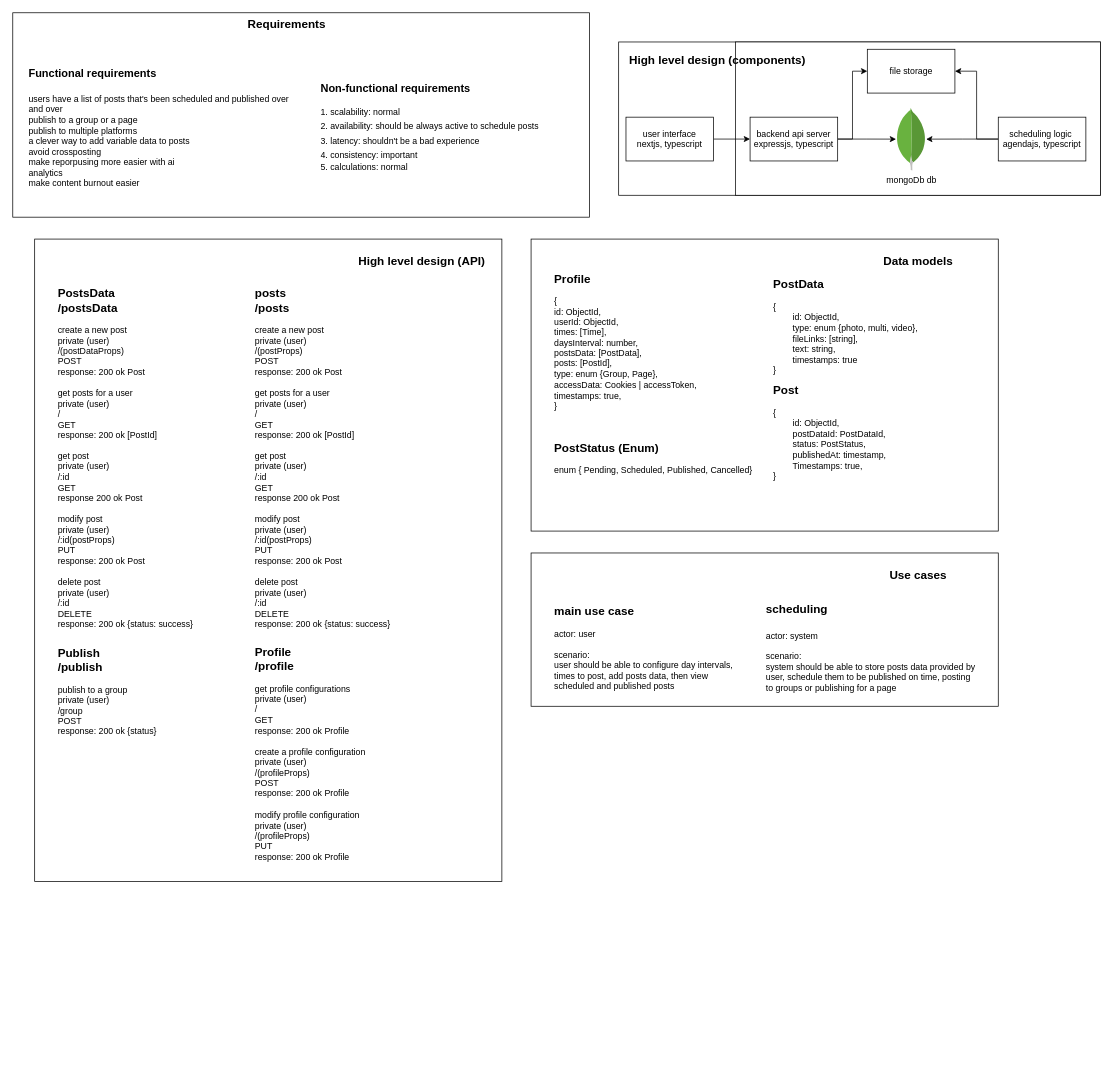
This is page "high-level" (1 of 3) of auto-post.drawio from ahmed-elbehairy7/pamylka-system-design, a draw.io file, before an edit. Source tidied: cells renumbered, new cells numbered last; positions are measured from the earlier drawing's top-left corner, leaving out a move shared by most shapes. Both pictures are drawn from the tidied source at 73%, with x=0, y=0 at pixel (12, 12).
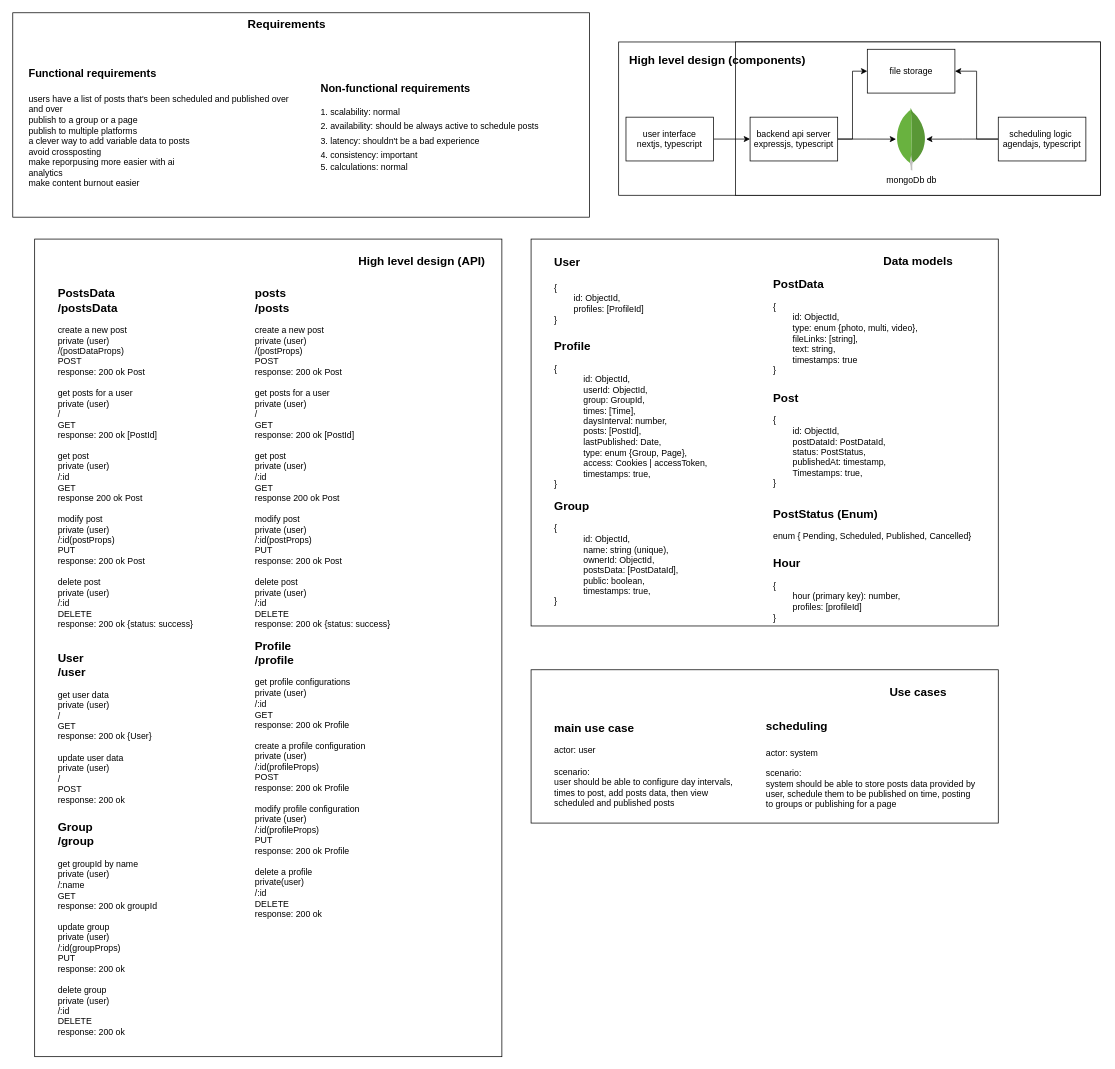
The same diagram, later.

What changed in the source:
```diff
@@
     <mxCell id="16" style="group;" parent="1" vertex="1">
-      <mxGeometry x="30" y="310" width="640" height="878" as="geometry" />
+      <mxGeometry x="30" y="310" width="640" height="1120" as="geometry" />
     </mxCell>
     <mxCell id="17" style="whiteSpace=wrap;html=1;fontSize=11;" parent="16" vertex="1">
-      <mxGeometry width="640" height="880" as="geometry" />
+      <mxGeometry width="640" height="1120" as="geometry" />
     </mxCell>
@@
-    <mxCell id="20" value="&lt;div&gt;&lt;span style=&quot;font-size: 16px;&quot;&gt;&lt;b&gt;Profile&lt;/b&gt;&lt;/span&gt;&lt;/div&gt;&lt;div&gt;&lt;b style=&quot;font-size: 16px; background-color: transparent; color: light-dark(rgb(0, 0, 0), rgb(255, 255, 255));&quot;&gt;/profile&lt;/b&gt;&lt;/div&gt;&lt;div&gt;&lt;br&gt;&lt;/div&gt;&lt;div&gt;get profile configurations&lt;/div&gt;&lt;div&gt;&lt;span style=&quot;background-color: transparent; color: light-dark(rgb(0, 0, 0), rgb(255, 255, 255));&quot;&gt;private (user)&lt;/span&gt;&lt;/div&gt;&lt;div&gt;/&lt;/div&gt;&lt;div&gt;GET&lt;/div&gt;&lt;div&gt;response: 200 ok Profile&lt;/div&gt;&lt;div&gt;&lt;br&gt;&lt;/div&gt;&lt;div&gt;create a profile configuration&lt;/div&gt;&lt;div&gt;private (user)&lt;/div&gt;&lt;div&gt;/(profileProps)&lt;/div&gt;&lt;div&gt;POST&lt;/div&gt;&lt;div&gt;response: 200 ok Profile&lt;/div&gt;&lt;div&gt;&lt;br&gt;&lt;/div&gt;&lt;div&gt;&lt;div&gt;modify profile configuration&lt;/div&gt;&lt;div&gt;private (user)&lt;/div&gt;&lt;div&gt;/(profileProps)&lt;/div&gt;&lt;div&gt;PUT&lt;/div&gt;&lt;div&gt;response: 200 ok Profile&lt;/div&gt;&lt;/div&gt;" style="text;html=1;align=left;verticalAlign=middle;strokeColor=none;fillColor=none;" parent="16" vertex="1">
-      <mxGeometry x="300" y="550" width="170" height="310" as="geometry" />
+    <mxCell id="20" value="&lt;div&gt;&lt;span style=&quot;font-size: 16px;&quot;&gt;&lt;b&gt;Profile&lt;/b&gt;&lt;/span&gt;&lt;/div&gt;&lt;div&gt;&lt;b style=&quot;font-size: 16px; background-color: transparent; color: light-dark(rgb(0, 0, 0), rgb(255, 255, 255));&quot;&gt;/profile&lt;/b&gt;&lt;/div&gt;&lt;div&gt;&lt;br&gt;&lt;/div&gt;&lt;div&gt;get profile configurations&lt;/div&gt;&lt;div&gt;&lt;span style=&quot;background-color: transparent; color: light-dark(rgb(0, 0, 0), rgb(255, 255, 255));&quot;&gt;private (user)&lt;/span&gt;&lt;/div&gt;&lt;div&gt;/:id&lt;/div&gt;&lt;div&gt;GET&lt;/div&gt;&lt;div&gt;response: 200 ok Profile&lt;/div&gt;&lt;div&gt;&lt;br&gt;&lt;/div&gt;&lt;div&gt;create a profile configuration&lt;/div&gt;&lt;div&gt;private (user)&lt;/div&gt;&lt;div&gt;/:id(profileProps)&lt;/div&gt;&lt;div&gt;POST&lt;/div&gt;&lt;div&gt;response: 200 ok Profile&lt;/div&gt;&lt;div&gt;&lt;br&gt;&lt;/div&gt;&lt;div&gt;&lt;div&gt;modify profile configuration&lt;/div&gt;&lt;div&gt;private (user)&lt;/div&gt;&lt;div&gt;/:id(profileProps)&lt;/div&gt;&lt;div&gt;PUT&lt;/div&gt;&lt;div&gt;response: 200 ok Profile&lt;/div&gt;&lt;div&gt;&lt;br&gt;&lt;/div&gt;&lt;div&gt;delete a profile&lt;/div&gt;&lt;div&gt;private(user)&lt;/div&gt;&lt;div&gt;/:id&lt;/div&gt;&lt;div&gt;DELETE&lt;/div&gt;&lt;div&gt;response: 200 ok&lt;/div&gt;&lt;/div&gt;" style="text;html=1;align=left;verticalAlign=middle;strokeColor=none;fillColor=none;" parent="16" vertex="1">
+      <mxGeometry x="300" y="540" width="170" height="400" as="geometry" />
     </mxCell>
-    <mxCell id="21" value="&lt;div&gt;&lt;b style=&quot;font-size: 16px; background-color: transparent; color: light-dark(rgb(0, 0, 0), rgb(255, 255, 255));&quot;&gt;Publish&lt;/b&gt;&lt;/div&gt;&lt;div&gt;&lt;b style=&quot;font-size: 16px; background-color: transparent; color: light-dark(rgb(0, 0, 0), rgb(255, 255, 255));&quot;&gt;/publish&lt;/b&gt;&lt;/div&gt;&lt;div&gt;&lt;br&gt;&lt;/div&gt;&lt;div&gt;&lt;span style=&quot;background-color: transparent; color: light-dark(rgb(0, 0, 0), rgb(255, 255, 255));&quot;&gt;publish to a group&lt;/span&gt;&lt;/div&gt;&lt;div&gt;&lt;span style=&quot;background-color: transparent; color: light-dark(rgb(0, 0, 0), rgb(255, 255, 255));&quot;&gt;private (user)&lt;/span&gt;&lt;/div&gt;&lt;div&gt;/group&lt;/div&gt;&lt;div&gt;POST&lt;/div&gt;&lt;div&gt;response: 200 ok {status}&lt;/div&gt;" style="text;html=1;align=left;verticalAlign=middle;strokeColor=none;fillColor=none;" parent="16" vertex="1">
-      <mxGeometry x="30" y="550" width="160" height="140" as="geometry" />
+    <mxCell id="21" value="&lt;div&gt;&lt;b style=&quot;background-color: transparent; color: light-dark(rgb(0, 0, 0), rgb(255, 255, 255)); font-size: 16px;&quot;&gt;User&lt;/b&gt;&lt;/div&gt;&lt;div&gt;&lt;b style=&quot;background-color: transparent; color: light-dark(rgb(0, 0, 0), rgb(255, 255, 255)); font-size: 16px;&quot;&gt;/user&lt;/b&gt;&lt;/div&gt;&lt;div&gt;&lt;br&gt;&lt;/div&gt;&lt;div&gt;get user data&lt;/div&gt;&lt;div&gt;&lt;span style=&quot;background-color: transparent; color: light-dark(rgb(0, 0, 0), rgb(255, 255, 255));&quot;&gt;private (user)&lt;/span&gt;&lt;/div&gt;&lt;div&gt;/&lt;/div&gt;&lt;div&gt;GET&lt;/div&gt;&lt;div&gt;response: 200 ok {User}&lt;/div&gt;&lt;div&gt;&lt;br&gt;&lt;/div&gt;&lt;div&gt;update user data&lt;/div&gt;&lt;div&gt;private (user)&lt;/div&gt;&lt;div&gt;/&lt;/div&gt;&lt;div&gt;POST&lt;/div&gt;&lt;div&gt;response: 200 ok&lt;/div&gt;" style="text;html=1;align=left;verticalAlign=middle;strokeColor=none;fillColor=none;" parent="16" vertex="1">
+      <mxGeometry x="30" y="560" width="150" height="220" as="geometry" />
     </mxCell>
@@
+    <mxCell id="40" value="&lt;div&gt;&lt;span style=&quot;font-size: 16px;&quot;&gt;&lt;b&gt;Group&lt;/b&gt;&lt;/span&gt;&lt;/div&gt;&lt;div&gt;&lt;b style=&quot;background-color: transparent; color: light-dark(rgb(0, 0, 0), rgb(255, 255, 255)); font-size: 16px;&quot;&gt;/group&lt;/b&gt;&lt;/div&gt;&lt;div&gt;&lt;br&gt;&lt;/div&gt;&lt;div&gt;&lt;span style=&quot;background-color: transparent; color: light-dark(rgb(0, 0, 0), rgb(255, 255, 255));&quot;&gt;get groupId by name&lt;/span&gt;&lt;/div&gt;&lt;div&gt;&lt;span style=&quot;background-color: transparent; color: light-dark(rgb(0, 0, 0), rgb(255, 255, 255));&quot;&gt;private (user)&lt;/span&gt;&lt;/div&gt;&lt;div&gt;/:name&lt;/div&gt;&lt;div&gt;GET&lt;/div&gt;&lt;div&gt;response: 200 ok groupId&lt;/div&gt;&lt;div&gt;&lt;br&gt;&lt;/div&gt;&lt;div&gt;update group&lt;/div&gt;&lt;div&gt;private (user)&lt;/div&gt;&lt;div&gt;/:id(groupProps)&lt;/div&gt;&lt;div&gt;PUT&lt;/div&gt;&lt;div&gt;response: 200 ok&lt;/div&gt;&lt;div&gt;&lt;br&gt;&lt;/div&gt;&lt;div&gt;delete group&lt;/div&gt;&lt;div&gt;private (user)&lt;/div&gt;&lt;div&gt;/:id&lt;/div&gt;&lt;div&gt;DELETE&lt;/div&gt;&lt;div&gt;response: 200 ok&lt;/div&gt;" style="text;html=1;align=left;verticalAlign=middle;strokeColor=none;fillColor=none;" parent="16" vertex="1">
+      <mxGeometry x="30" y="790" width="160" height="310" as="geometry" />
+    </mxCell>
@@
     <mxCell id="28" style="group;" parent="1" vertex="1">
-      <mxGeometry x="710" y="740" width="640" height="214" as="geometry" />
+      <mxGeometry x="710" y="900" width="640" height="214" as="geometry" />
     </mxCell>
@@
     <mxCell id="33" style="group;" parent="1" vertex="1">
-      <mxGeometry x="710" y="310" width="640" height="400" as="geometry" />
+      <mxGeometry x="710" y="310" width="640" height="560" as="geometry" />
     </mxCell>
     <mxCell id="34" style="whiteSpace=wrap;html=1;fontSize=11;" parent="33" vertex="1">
-      <mxGeometry width="640" height="400" as="geometry" />
+      <mxGeometry width="640" height="530" as="geometry" />
     </mxCell>
-    <mxCell id="35" value="&lt;div&gt;&lt;b style=&quot;font-size: 16px; background-color: transparent; color: light-dark(rgb(0, 0, 0), rgb(255, 255, 255));&quot;&gt;Profile&lt;/b&gt;&lt;/div&gt;&lt;div&gt;&lt;br&gt;&lt;/div&gt;&lt;div&gt;{&lt;/div&gt;&lt;div&gt;id: ObjectId,&lt;/div&gt;&lt;div&gt;userId: ObjectId,&lt;/div&gt;&lt;div&gt;times: [Time],&lt;/div&gt;&lt;div&gt;daysInterval: number,&lt;/div&gt;&lt;div&gt;postsData: [PostData],&lt;/div&gt;&lt;div&gt;posts: [PostId],&lt;/div&gt;&lt;div&gt;type: enum {Group, Page},&lt;/div&gt;&lt;div&gt;accessData: Cookies | accessToken,&lt;/div&gt;&lt;div&gt;timestamps: true,&lt;/div&gt;&lt;div&gt;&lt;span style=&quot;background-color: transparent; color: light-dark(rgb(0, 0, 0), rgb(255, 255, 255));&quot;&gt;}&lt;/span&gt;&lt;/div&gt;" style="text;html=1;align=left;verticalAlign=middle;strokeColor=none;fillColor=none;" parent="33" vertex="1">
-      <mxGeometry x="30" y="35" width="220" height="210" as="geometry" />
+    <mxCell id="35" value="&lt;div&gt;&lt;b style=&quot;font-size: 16px; background-color: transparent; color: light-dark(rgb(0, 0, 0), rgb(255, 255, 255));&quot;&gt;Profile&lt;/b&gt;&lt;/div&gt;&lt;div&gt;&lt;br&gt;&lt;/div&gt;&lt;div&gt;{&lt;/div&gt;&lt;blockquote style=&quot;margin: 0 0 0 40px; border: none; padding: 0px;&quot;&gt;&lt;div&gt;id: ObjectId,&lt;/div&gt;&lt;div&gt;userId: ObjectId,&lt;/div&gt;&lt;div&gt;group: GroupId,&lt;/div&gt;&lt;div&gt;times: [Time],&lt;/div&gt;&lt;div&gt;daysInterval: number,&lt;/div&gt;&lt;div&gt;&lt;span style=&quot;background-color: transparent; color: light-dark(rgb(0, 0, 0), rgb(255, 255, 255));&quot;&gt;posts: [PostId],&lt;/span&gt;&lt;/div&gt;&lt;div&gt;lastPublished: Date,&lt;/div&gt;&lt;div&gt;type: enum {Group, Page},&lt;/div&gt;&lt;div&gt;access: Cookies | accessToken,&lt;/div&gt;&lt;div&gt;timestamps: true,&lt;/div&gt;&lt;/blockquote&gt;&lt;div&gt;&lt;span style=&quot;background-color: transparent; color: light-dark(rgb(0, 0, 0), rgb(255, 255, 255));&quot;&gt;}&lt;/span&gt;&lt;/div&gt;" style="text;html=1;align=left;verticalAlign=middle;strokeColor=none;fillColor=none;" parent="33" vertex="1">
+      <mxGeometry x="30" y="130" width="230" height="220" as="geometry" />
     </mxCell>
@@
     <mxCell id="38" value="&lt;div&gt;&lt;span style=&quot;font-size: 16px;&quot;&gt;&lt;b&gt;Post&lt;/b&gt;&lt;/span&gt;&lt;/div&gt;&lt;div&gt;&lt;br&gt;&lt;/div&gt;&lt;div&gt;{&lt;/div&gt;&lt;div&gt;&lt;span style=&quot;white-space: pre;&quot;&gt;&#9;&lt;/span&gt;id: ObjectId,&lt;/div&gt;&lt;div&gt;&lt;span style=&quot;white-space: pre;&quot;&gt;&#9;&lt;/span&gt;postDataId: PostDataId,&lt;br&gt;&lt;/div&gt;&lt;div&gt;&lt;span style=&quot;white-space: pre;&quot;&gt;&#9;&lt;/span&gt;status: PostStatus,&lt;/div&gt;&lt;div&gt;&lt;span style=&quot;white-space: pre;&quot;&gt;&#9;&lt;/span&gt;publishedAt: timestamp,&lt;br&gt;&lt;/div&gt;&lt;div&gt;&lt;span style=&quot;background-color: transparent; color: light-dark(rgb(0, 0, 0), rgb(255, 255, 255)); white-space-collapse: preserve;&quot;&gt;&lt;span style=&quot;white-space: pre;&quot;&gt;&#9;&lt;/span&gt;Timestamps: true,&lt;/span&gt;&lt;span style=&quot;background-color: transparent; color: light-dark(rgb(0, 0, 0), rgb(255, 255, 255)); white-space-collapse: preserve;&quot;&gt;&#9;&lt;/span&gt;&lt;span style=&quot;background-color: transparent; color: light-dark(rgb(0, 0, 0), rgb(255, 255, 255)); white-space-collapse: preserve;&quot;&gt;&#9;&lt;/span&gt;&lt;/div&gt;&lt;div&gt;}&lt;/div&gt;" style="text;html=1;align=left;verticalAlign=middle;strokeColor=none;fillColor=none;" parent="33" vertex="1">
-      <mxGeometry x="330" y="190" width="180" height="150" as="geometry" />
+      <mxGeometry x="330" y="200" width="180" height="150" as="geometry" />
     </mxCell>
     <mxCell id="39" value="&lt;div&gt;&lt;span style=&quot;font-size: 16px;&quot;&gt;&lt;b&gt;PostStatus (Enum)&lt;/b&gt;&lt;/span&gt;&lt;/div&gt;&lt;div&gt;&lt;span style=&quot;background-color: transparent; color: light-dark(rgb(0, 0, 0), rgb(255, 255, 255));&quot;&gt;&lt;br&gt;&lt;/span&gt;&lt;/div&gt;&lt;div&gt;&lt;span style=&quot;background-color: transparent; color: light-dark(rgb(0, 0, 0), rgb(255, 255, 255));&quot;&gt;enum { Pending, Scheduled, Published,&amp;nbsp;&lt;/span&gt;&lt;span style=&quot;background-color: transparent; color: light-dark(rgb(0, 0, 0), rgb(255, 255, 255));&quot;&gt;Cancelled}&lt;/span&gt;&lt;/div&gt;" style="text;html=1;align=left;verticalAlign=middle;strokeColor=none;fillColor=none;" parent="33" vertex="1">
-      <mxGeometry x="30" y="270" width="300" height="60" as="geometry" />
+      <mxGeometry x="330" y="360" width="300" height="60" as="geometry" />
     </mxCell>
+    <mxCell id="41" value="&lt;div&gt;&lt;span style=&quot;font-size: 16px;&quot;&gt;&lt;b&gt;User&lt;/b&gt;&lt;/span&gt;&lt;/div&gt;&lt;div&gt;&lt;span style=&quot;font-size: 16px;&quot;&gt;&lt;b&gt;&lt;br&gt;&lt;/b&gt;&lt;/span&gt;&lt;/div&gt;&lt;div&gt;{&lt;/div&gt;&lt;div&gt;&lt;span style=&quot;white-space: pre;&quot;&gt;&#9;&lt;/span&gt;id: ObjectId,&lt;/div&gt;&lt;div&gt;&lt;span style=&quot;white-space: pre;&quot;&gt;&lt;span style=&quot;white-space: pre;&quot;&gt;&#9;&lt;/span&gt;profiles: [ProfileId]&lt;/span&gt;&lt;/div&gt;&lt;div&gt;}&lt;/div&gt;" style="text;html=1;align=left;verticalAlign=middle;strokeColor=none;fillColor=none;" parent="33" vertex="1">
+      <mxGeometry x="30" y="15" width="150" height="110" as="geometry" />
+    </mxCell>
+    <mxCell id="42" value="&lt;div&gt;&lt;span style=&quot;font-size: 16px;&quot;&gt;&lt;b&gt;Group&lt;/b&gt;&lt;/span&gt;&lt;/div&gt;&lt;div&gt;&lt;br&gt;&lt;/div&gt;&lt;div&gt;{&lt;/div&gt;&lt;blockquote style=&quot;margin: 0 0 0 40px; border: none; padding: 0px;&quot;&gt;&lt;div&gt;id: ObjectId,&lt;/div&gt;&lt;div&gt;name: string (unique),&lt;/div&gt;&lt;div&gt;ownerId: ObjectId,&lt;/div&gt;&lt;div&gt;&lt;span style=&quot;background-color: transparent; color: light-dark(rgb(0, 0, 0), rgb(255, 255, 255));&quot;&gt;postsData: [PostDataId],&lt;/span&gt;&lt;/div&gt;&lt;div&gt;&lt;span style=&quot;background-color: transparent; color: light-dark(rgb(0, 0, 0), rgb(255, 255, 255));&quot;&gt;public: boolean,&lt;/span&gt;&lt;/div&gt;&lt;div&gt;&lt;span style=&quot;background-color: transparent; color: light-dark(rgb(0, 0, 0), rgb(255, 255, 255));&quot;&gt;timestamps: true,&lt;/span&gt;&lt;/div&gt;&lt;/blockquote&gt;&lt;div&gt;&lt;span style=&quot;background-color: transparent; color: light-dark(rgb(0, 0, 0), rgb(255, 255, 255));&quot;&gt;}&lt;/span&gt;&lt;/div&gt;" style="text;html=1;align=left;verticalAlign=middle;strokeColor=none;fillColor=none;" parent="33" vertex="1">
+      <mxGeometry x="30" y="350" width="190" height="160" as="geometry" />
+    </mxCell>
+    <mxCell id="43" value="&lt;div&gt;&lt;span style=&quot;font-size: 16px;&quot;&gt;&lt;b&gt;Hour&lt;/b&gt;&lt;/span&gt;&lt;/div&gt;&lt;div&gt;&lt;span style=&quot;background-color: transparent; color: light-dark(rgb(0, 0, 0), rgb(255, 255, 255));&quot;&gt;&lt;br&gt;&lt;/span&gt;&lt;/div&gt;&lt;div&gt;&lt;span style=&quot;background-color: transparent; color: light-dark(rgb(0, 0, 0), rgb(255, 255, 255));&quot;&gt;{&lt;/span&gt;&lt;/div&gt;&lt;div&gt;&lt;span style=&quot;background-color: transparent; color: light-dark(rgb(0, 0, 0), rgb(255, 255, 255));&quot;&gt;&lt;span style=&quot;white-space: pre;&quot;&gt;&#9;&lt;/span&gt;hour (primary key): number,&lt;br&gt;&lt;/span&gt;&lt;/div&gt;&lt;div&gt;&lt;span style=&quot;background-color: transparent; color: light-dark(rgb(0, 0, 0), rgb(255, 255, 255));&quot;&gt;&lt;span style=&quot;white-space: pre;&quot;&gt;&#9;&lt;/span&gt;profiles: [profileId]&lt;br&gt;&lt;/span&gt;&lt;/div&gt;&lt;div&gt;&lt;span style=&quot;background-color: transparent; color: light-dark(rgb(0, 0, 0), rgb(255, 255, 255));&quot;&gt;&lt;/span&gt;&lt;span style=&quot;background-color: transparent; color: light-dark(rgb(0, 0, 0), rgb(255, 255, 255));&quot;&gt;}&lt;/span&gt;&lt;/div&gt;" style="text;html=1;align=left;verticalAlign=middle;strokeColor=none;fillColor=none;" parent="33" vertex="1">
+      <mxGeometry x="330" y="430" width="200" height="100" as="geometry" />
+    </mxCell>
```
